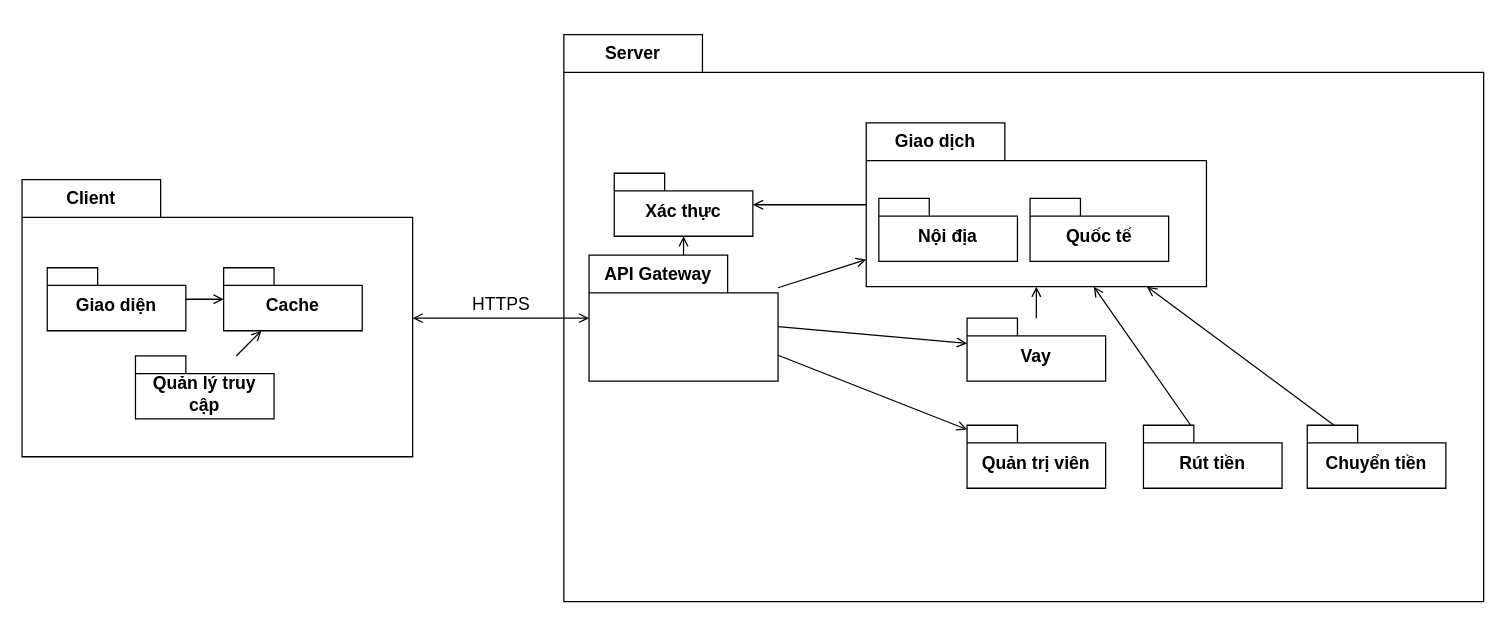
Earlier version of the draw.io diagram uml/BHDG_ArchitectureDiagram_0.0.1.drawio (HoangDucBach/bghc). Source tidied: cells renumbered, new cells numbered last; positions are measured from the earlier drawing's top-left corner, leaving out a move shared by most shapes. Both pictures are drawn from the tidied source at 126%, with x=0, y=0 at pixel (21, 21).
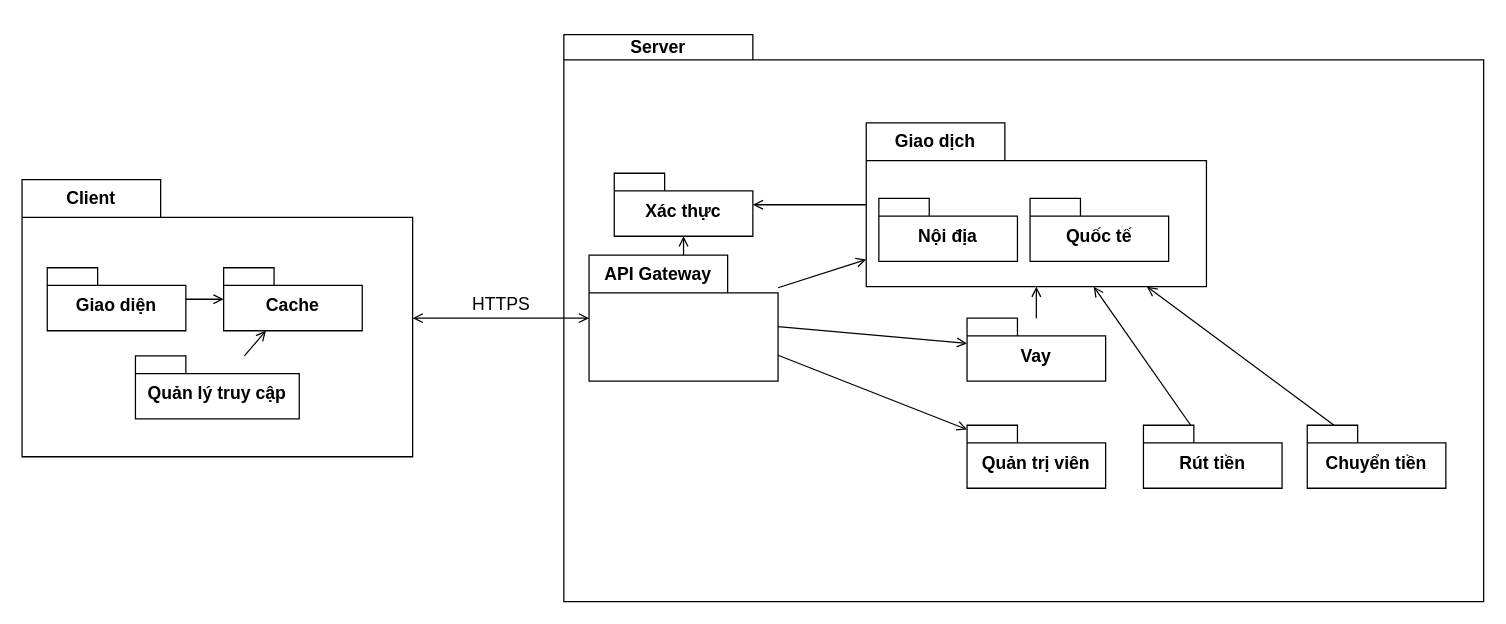
After the change.

The change refers to these unchanged cells:
```xml
<mxCell id="3" value="Client" style="shape=folder;fontStyle=1;tabWidth=110;tabHeight=30;tabPosition=left;html=1;boundedLbl=1;labelInHeader=1;whiteSpace=wrap;fontSize=14;" parent="1" vertex="1">
  <mxGeometry y="125" width="310" height="220" as="geometry" />
</mxCell>
```

The edit, as a diff of the source:
```diff
@@
     <mxCell id="7" value="Quản lý truy cập" style="shape=folder;fontStyle=1;spacingTop=10;tabWidth=40;tabHeight=14;tabPosition=left;html=1;whiteSpace=wrap;fontSize=14;" parent="3" vertex="1">
-      <mxGeometry x="90" y="140" width="110" height="50" as="geometry" />
+      <mxGeometry x="90" y="140" width="130" height="50" as="geometry" />
     </mxCell>
@@
-    <mxCell id="10" value="Server" style="shape=folder;fontStyle=1;tabWidth=110;tabHeight=30;tabPosition=left;html=1;boundedLbl=1;labelInHeader=1;whiteSpace=wrap;fontSize=14;" parent="1" vertex="1">
+    <mxCell id="10" value="Server" style="shape=folder;fontStyle=1;tabWidth=150;tabHeight=20;tabPosition=left;html=1;boundedLbl=1;labelInHeader=1;whiteSpace=wrap;fontSize=14;" parent="1" vertex="1">
       <mxGeometry x="430" y="10" width="730" height="450" as="geometry" />
     </mxCell>
```
